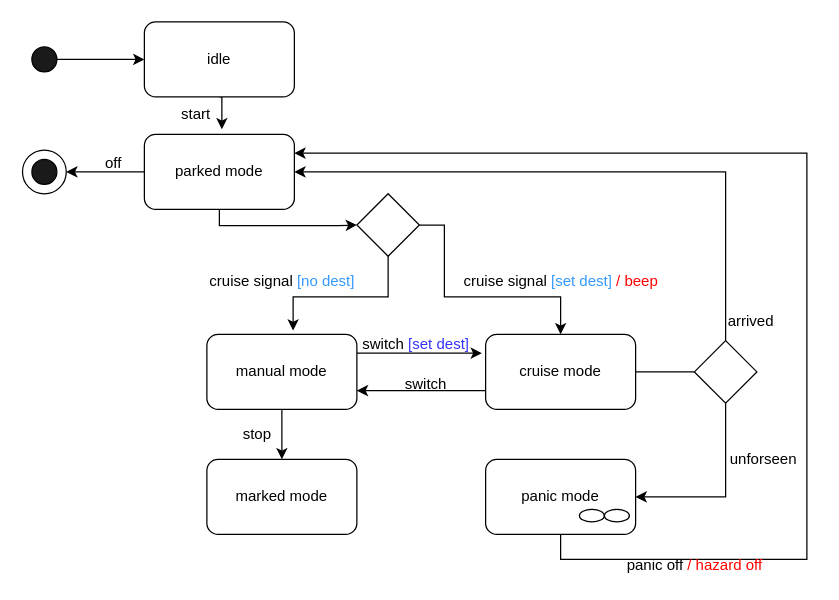
This is A2_SOEN331.drawio from SamanthaGuillemette/SOEN331_A2, a draw.io file, before an edit. Source tidied: cells renumbered, new cells numbered last; positions are measured from the earlier drawing's top-left corner, leaving out a move shared by most shapes. Both pictures are drawn from the tidied source at 125%, with x=0, y=0 at pixel (21, 21).
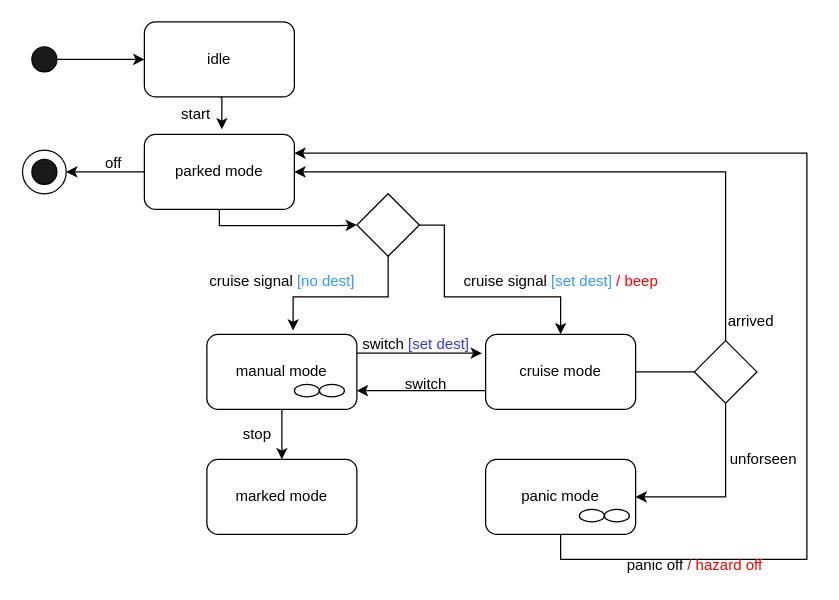
After the change.

Commit message (it also covers changes not shown here):
4.2-Manual-mode: created drawio file for 4.2_A2_SOEN331, updated A2_SOEN331.tex and other LaTex files with new 4.2 section info, added figure of 4.2-Manual-mode.png in A2_Figures folder

The edit, as a diff of the source:
```diff
@@
+    <mxCell id="38" style="ellipse;whiteSpace=wrap;html=1;fillColor=#FFFFFF;" parent="1" vertex="1">
+      <mxGeometry x="218" y="290" width="20" height="10" as="geometry" />
+    </mxCell>
+    <mxCell id="39" style="ellipse;whiteSpace=wrap;html=1;fillColor=#FFFFFF;" parent="1" vertex="1">
+      <mxGeometry x="238" y="290" width="20" height="10" as="geometry" />
+    </mxCell>
```
